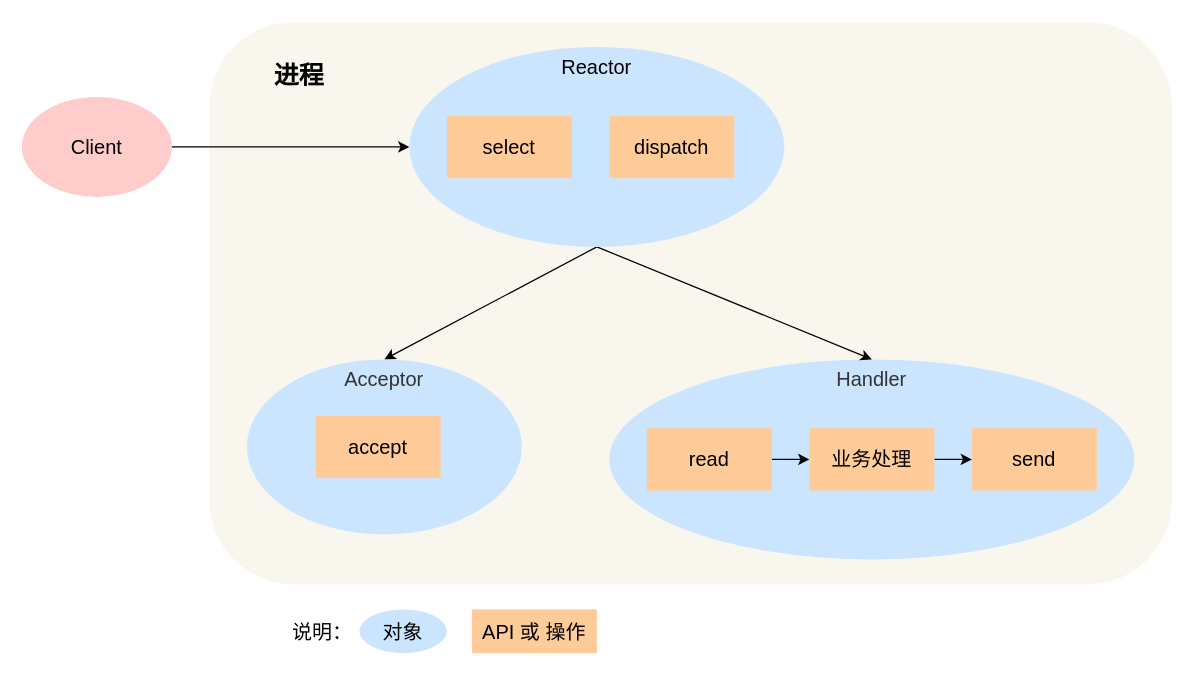
Before: 操作系统/Reactor/单Reactor单进程.drawio in xiaolincoder/ImageHost4, a draw.io diagram. Source tidied: cells renumbered, new cells numbered last; positions are measured from the earlier drawing's top-left corner, leaving out a move shared by most shapes. Both pictures are drawn from the tidied source at 125%, with x=0, y=0 at pixel (21, 21).
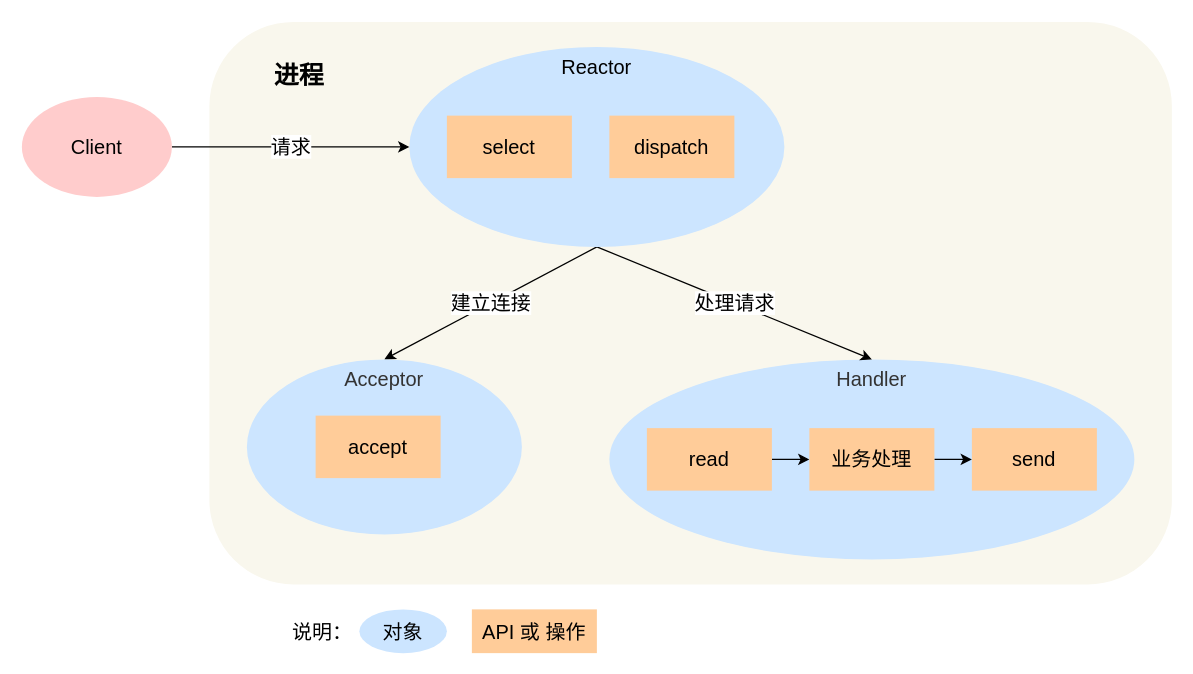
After the change.

Commit message (it also covers changes not shown here):
更新单Reactor单进程.drawio

The change refers to these unchanged cells:
```xml
<mxCell id="3" value="&lt;span style=&quot;color: rgb(51, 51, 51); font-family: &amp;quot;pingfang sc&amp;quot;, &amp;quot;lantinghei sc&amp;quot;, &amp;quot;microsoft yahei&amp;quot;, &amp;quot;hiragino sans gb&amp;quot;, &amp;quot;microsoft sans serif&amp;quot;, &amp;quot;wenquanyi micro hei&amp;quot;, helvetica, sans-serif;&quot;&gt;Handler&lt;/span&gt;" style="ellipse;whiteSpace=wrap;html=1;verticalAlign=top;fontSize=16;fillColor=#cce5ff;labelBackgroundColor=none;strokeColor=none;" parent="1" vertex="1">
  <mxGeometry x="470" y="270" width="420" height="160" as="geometry" />
</mxCell>
<mxCell id="6" value="&lt;span style=&quot;font-size: 16px; font-family: &amp;quot;pingfang sc&amp;quot;, &amp;quot;lantinghei sc&amp;quot;, &amp;quot;microsoft yahei&amp;quot;, &amp;quot;hiragino sans gb&amp;quot;, &amp;quot;microsoft sans serif&amp;quot;, &amp;quot;wenquanyi micro hei&amp;quot;, helvetica, sans-serif;&quot;&gt;Reactor&lt;/span&gt;" style="ellipse;html=1;verticalAlign=top;fontSize=16;fillColor=#cce5ff;whiteSpace=wrap;labelBackgroundColor=none;strokeColor=none;" parent="1" vertex="1">
  <mxGeometry x="310" y="20" width="300" height="160" as="geometry" />
</mxCell>
<mxCell id="9" value="&lt;span style=&quot;color: rgb(51, 51, 51); font-family: &amp;quot;pingfang sc&amp;quot;, &amp;quot;lantinghei sc&amp;quot;, &amp;quot;microsoft yahei&amp;quot;, &amp;quot;hiragino sans gb&amp;quot;, &amp;quot;microsoft sans serif&amp;quot;, &amp;quot;wenquanyi micro hei&amp;quot;, helvetica, sans-serif;&quot;&gt;Acceptor&lt;/span&gt;" style="ellipse;whiteSpace=wrap;html=1;verticalAlign=top;fontSize=16;fillColor=#cce5ff;labelBackgroundColor=none;strokeColor=none;" parent="1" vertex="1">
  <mxGeometry x="180" y="270" width="220" height="140" as="geometry" />
</mxCell>
<mxCell id="17" value="Client" style="ellipse;whiteSpace=wrap;html=1;fontSize=16;fillColor=#ffcccc;strokeColor=none;" parent="1" vertex="1">
  <mxGeometry y="60" width="120" height="80" as="geometry" />
</mxCell>
```

What changed in the source:
```diff
@@
-    <mxCell id="4" style="rounded=0;jettySize=auto;html=1;entryX=0.5;entryY=0;entryDx=0;entryDy=0;fontSize=16;exitX=0.5;exitY=1;exitDx=0;exitDy=0;" parent="1" edge="1" source="6" target="9">
+    <mxCell id="4" value="建立连接" style="rounded=0;jettySize=auto;html=1;entryX=0.5;entryY=0;entryDx=0;entryDy=0;fontSize=16;exitX=0.5;exitY=1;exitDx=0;exitDy=0;" parent="1" edge="1" source="6" target="9">
       <mxGeometry relative="1" as="geometry" />
     </mxCell>
-    <mxCell id="5" style="rounded=0;jettySize=auto;html=1;entryX=0.5;entryY=0;entryDx=0;entryDy=0;fontSize=16;" parent="1" edge="1" target="3">
+    <mxCell id="5" value="处理请求" style="rounded=0;jettySize=auto;html=1;entryX=0.5;entryY=0;entryDx=0;entryDy=0;fontSize=16;" parent="1" edge="1" target="3">
       <mxGeometry relative="1" as="geometry">
         <mxPoint x="460" y="180" as="sourcePoint" />
       </mxGeometry>
     </mxCell>
@@
-    <mxCell id="16" style="edgeStyle=none;rounded=0;jettySize=auto;html=1;fontSize=16;entryX=0;entryY=0.5;entryDx=0;entryDy=0;" parent="1" edge="1" source="17" target="6">
+    <mxCell id="16" value="请求" style="edgeStyle=none;rounded=0;jettySize=auto;html=1;fontSize=16;entryX=0;entryY=0.5;entryDx=0;entryDy=0;" parent="1" edge="1" source="17" target="6">
       <mxGeometry relative="1" as="geometry" />
     </mxCell>
```
